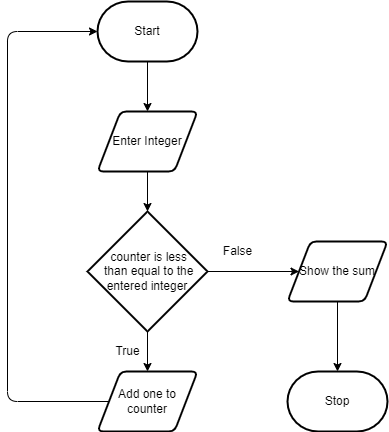
This is designs/flowchart.png from KaitlynIp64/ICS2O-Unit-5-07-JS, a draw.io export, as it was before one commit. Source tidied: cells renumbered, new cells last; positions are measured from the earlier drawing's top-left corner, leaving out a move shared by most shapes.
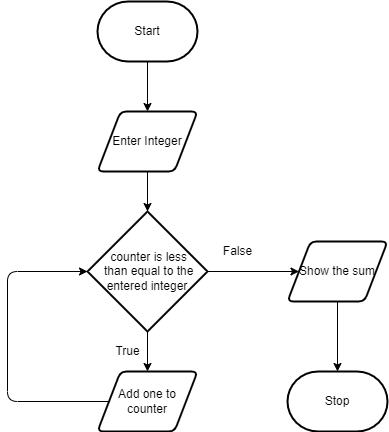
Above is the later version.

Change to the diagram source:
```diff
@@ -23,11 +23,11 @@
     <mxCell id="8" value="&amp;nbsp;counter is less&lt;br&gt;&amp;nbsp;than equal to the entered integer" style="strokeWidth=2;html=1;shape=mxgraph.flowchart.decision;whiteSpace=wrap;" parent="1" vertex="1">
       <mxGeometry x="80" y="210" width="120" height="120" as="geometry" />
     </mxCell>
-    <mxCell id="9" style="edgeStyle=none;html=1;entryX=0;entryY=0.5;entryDx=0;entryDy=0;entryPerimeter=0;" parent="1" edge="1" source="10" target="3">
+    <mxCell id="9" style="edgeStyle=none;html=1;entryX=0;entryY=0.5;entryDx=0;entryDy=0;entryPerimeter=0;" parent="1" edge="1" source="10" target="8">
       <mxGeometry relative="1" as="geometry">
         <Array as="points">
           <mxPoint y="400" />
-          <mxPoint y="30" />
+          <mxPoint y="270" />
         </Array>
       </mxGeometry>
     </mxCell>
```
